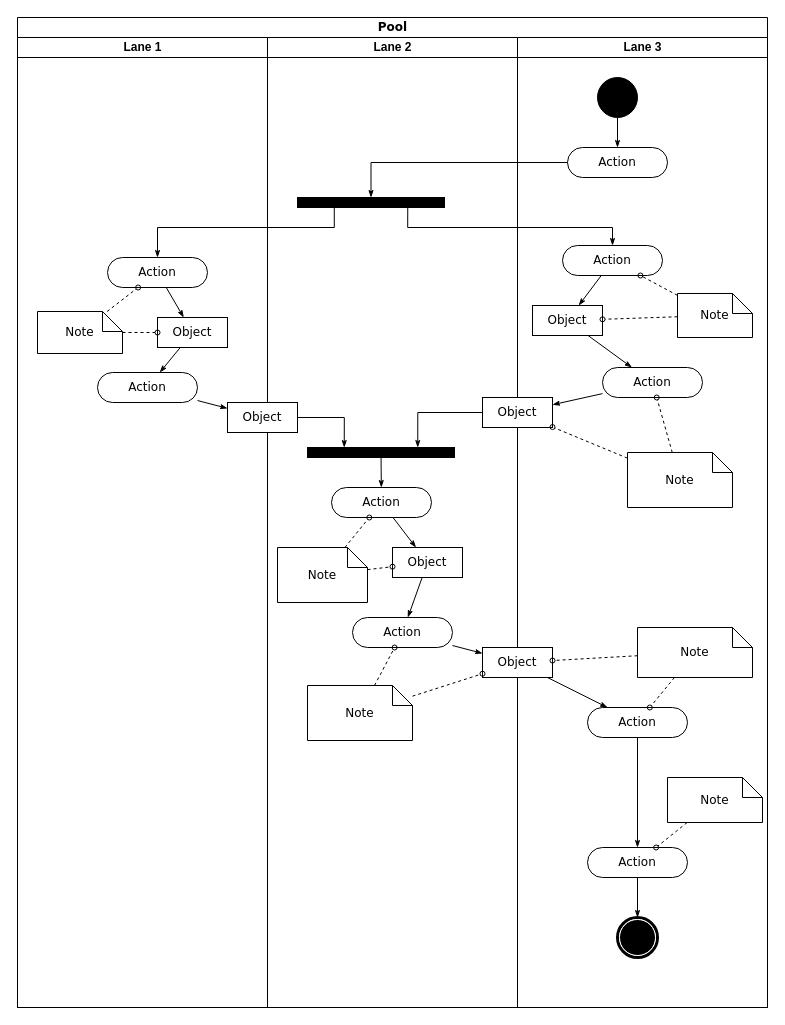
Above: ITIS4155_UML.drawio in kodeschreiber/ITIS4155 (draw.io), before the change. Source tidied: cells renumbered, new cells numbered last; positions are measured from the earlier drawing's top-left corner, leaving out a move shared by most shapes. Both pictures are drawn from the tidied source at 100%, with x=0, y=0 at pixel (17, 17).
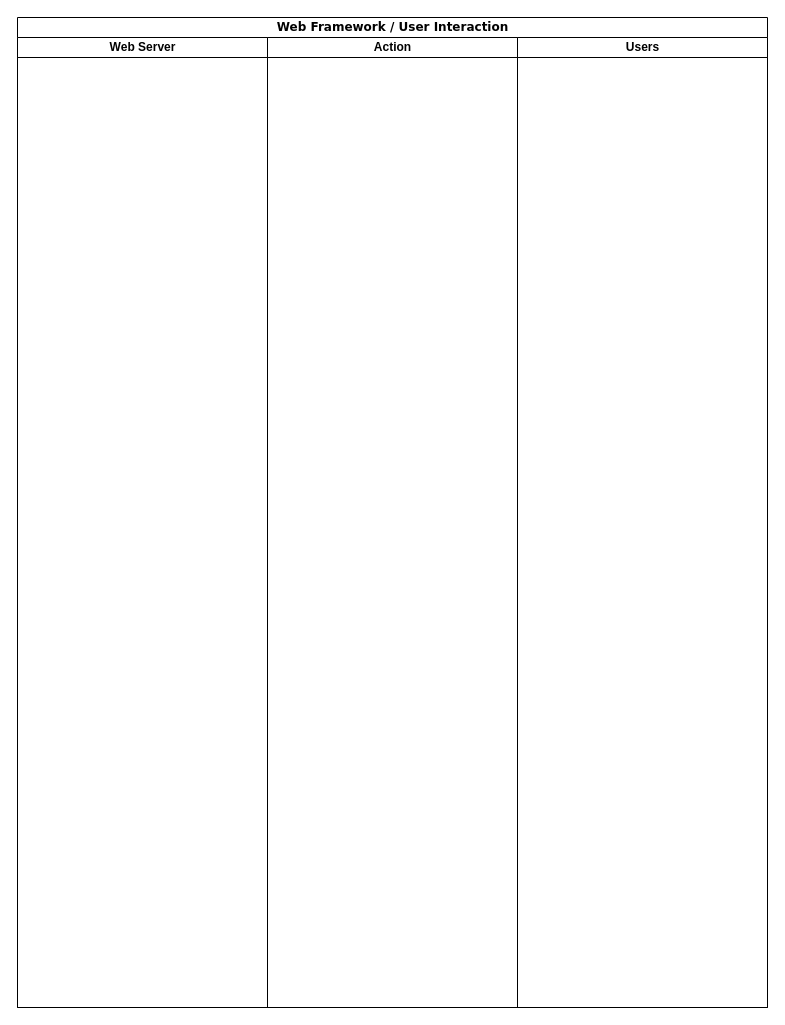
After the change.

Commit message:
Cleaned diagram of template info

Change to the diagram source:
```diff
@@
-    <mxCell id="2" value="Pool" style="swimlane;html=1;startSize=20;rounded=0;shadow=0;comic=0;labelBackgroundColor=none;strokeColor=#000000;strokeWidth=1;fillColor=#ffffff;fontFamily=Verdana;fontSize=12;fontColor=#000000;align=center;" parent="1" vertex="1">
+    <mxCell id="2" value="Web Framework / User Interaction" style="swimlane;html=1;startSize=20;rounded=0;shadow=0;comic=0;labelBackgroundColor=none;strokeColor=#000000;strokeWidth=1;fillColor=#ffffff;fontFamily=Verdana;fontSize=12;fontColor=#000000;align=center;" parent="1" vertex="1">
       <mxGeometry width="750" height="990" as="geometry" />
     </mxCell>
-    <mxCell id="3" value="Lane 1" style="swimlane;html=1;startSize=20;" parent="2" vertex="1">
+    <mxCell id="3" value="Web Server" style="swimlane;html=1;startSize=20;" parent="2" vertex="1">
       <mxGeometry y="20" width="250" height="970" as="geometry" />
     </mxCell>
-    <mxCell id="4" style="edgeStyle=none;rounded=0;html=1;labelBackgroundColor=none;startArrow=none;startFill=0;startSize=5;endArrow=classicThin;endFill=1;endSize=5;jettySize=auto;strokeColor=#000000;strokeWidth=1;fontFamily=Verdana;fontSize=12;fontColor=#000000;" parent="3" edge="1" source="5" target="8">
-      <mxGeometry relative="1" as="geometry" />
-    </mxCell>
-    <mxCell id="5" value="Action" style="rounded=1;whiteSpace=wrap;html=1;shadow=0;comic=0;labelBackgroundColor=none;strokeColor=#000000;strokeWidth=1;fillColor=#ffffff;fontFamily=Verdana;fontSize=12;fontColor=#000000;align=center;arcSize=50;" parent="3" vertex="1">
-      <mxGeometry x="90" y="220" width="100" height="30" as="geometry" />
-    </mxCell>
-    <mxCell id="6" value="Action" style="rounded=1;whiteSpace=wrap;html=1;shadow=0;comic=0;labelBackgroundColor=none;strokeColor=#000000;strokeWidth=1;fillColor=#ffffff;fontFamily=Verdana;fontSize=12;fontColor=#000000;align=center;arcSize=50;" parent="3" vertex="1">
-      <mxGeometry x="80" y="335" width="100" height="30" as="geometry" />
-    </mxCell>
-    <mxCell id="7" style="edgeStyle=none;rounded=0;html=1;labelBackgroundColor=none;startArrow=none;startFill=0;startSize=5;endArrow=classicThin;endFill=1;endSize=5;jettySize=auto;strokeColor=#000000;strokeWidth=1;fontFamily=Verdana;fontSize=12;fontColor=#000000;" parent="3" edge="1" source="8" target="6">
-      <mxGeometry relative="1" as="geometry" />
-    </mxCell>
-    <mxCell id="8" value="Object" style="rounded=0;whiteSpace=wrap;html=1;shadow=0;comic=0;labelBackgroundColor=none;strokeColor=#000000;strokeWidth=1;fillColor=#ffffff;fontFamily=Verdana;fontSize=12;fontColor=#000000;align=center;arcSize=50;" parent="3" vertex="1">
-      <mxGeometry x="140" y="280" width="70" height="30" as="geometry" />
-    </mxCell>
-    <mxCell id="9" style="edgeStyle=none;rounded=0;html=1;labelBackgroundColor=none;startArrow=none;startFill=0;startSize=5;endArrow=oval;endFill=0;endSize=5;jettySize=auto;strokeColor=#000000;strokeWidth=1;fontFamily=Verdana;fontSize=12;fontColor=#000000;dashed=1;" parent="3" edge="1" source="11" target="5">
-      <mxGeometry relative="1" as="geometry" />
-    </mxCell>
-    <mxCell id="10" style="edgeStyle=none;rounded=0;html=1;dashed=1;labelBackgroundColor=none;startArrow=none;startFill=0;startSize=5;endArrow=oval;endFill=0;endSize=5;jettySize=auto;strokeColor=#000000;strokeWidth=1;fontFamily=Verdana;fontSize=12;fontColor=#000000;" parent="3" edge="1" source="11" target="8">
-      <mxGeometry relative="1" as="geometry" />
-    </mxCell>
-    <mxCell id="11" value="Note" style="shape=note;whiteSpace=wrap;html=1;rounded=0;shadow=0;comic=0;labelBackgroundColor=none;strokeColor=#000000;strokeWidth=1;fillColor=#ffffff;fontFamily=Verdana;fontSize=12;fontColor=#000000;align=center;size=20;" parent="3" vertex="1">
-      <mxGeometry x="20" y="274" width="85" height="42" as="geometry" />
-    </mxCell>
-    <mxCell id="12" value="Lane 2" style="swimlane;html=1;startSize=20;" parent="2" vertex="1">
+    <mxCell id="12" value="Action" style="swimlane;html=1;startSize=20;" parent="2" vertex="1">
       <mxGeometry x="250" y="20" width="250" height="970" as="geometry" />
     </mxCell>
-    <mxCell id="13" style="whiteSpace=wrap;html=1;rounded=0;shadow=0;comic=0;labelBackgroundColor=none;strokeColor=#000000;strokeWidth=1;fillColor=#000000;fontFamily=Verdana;fontSize=12;fontColor=#000000;align=center;rotation=0;" parent="12" vertex="1">
-      <mxGeometry x="30" y="160" width="147" height="10" as="geometry" />
-    </mxCell>
-    <mxCell id="14" style="edgeStyle=none;rounded=0;html=1;labelBackgroundColor=none;startArrow=none;startFill=0;startSize=5;endArrow=classicThin;endFill=1;endSize=5;jettySize=auto;strokeColor=#000000;strokeWidth=1;fontFamily=Verdana;fontSize=12;fontColor=#000000;" parent="12" edge="1" source="15" target="21">
-      <mxGeometry relative="1" as="geometry" />
-    </mxCell>
-    <mxCell id="15" value="Action" style="rounded=1;whiteSpace=wrap;html=1;shadow=0;comic=0;labelBackgroundColor=none;strokeColor=#000000;strokeWidth=1;fillColor=#ffffff;fontFamily=Verdana;fontSize=12;fontColor=#000000;align=center;arcSize=50;" parent="12" vertex="1">
-      <mxGeometry x="64" y="450" width="100" height="30" as="geometry" />
-    </mxCell>
-    <mxCell id="16" style="edgeStyle=none;rounded=0;html=1;labelBackgroundColor=none;startArrow=none;startFill=0;startSize=5;endArrow=classicThin;endFill=1;endSize=5;jettySize=auto;strokeColor=#000000;strokeWidth=1;fontFamily=Verdana;fontSize=12;fontColor=#000000;" parent="12" edge="1" source="17" target="15">
-      <mxGeometry relative="1" as="geometry" />
-    </mxCell>
-    <mxCell id="17" style="whiteSpace=wrap;html=1;rounded=0;shadow=0;comic=0;labelBackgroundColor=none;strokeColor=#000000;strokeWidth=1;fillColor=#000000;fontFamily=Verdana;fontSize=12;fontColor=#000000;align=center;rotation=0;" parent="12" vertex="1">
-      <mxGeometry x="40" y="410" width="147" height="10" as="geometry" />
-    </mxCell>
-    <mxCell id="18" style="edgeStyle=orthogonalEdgeStyle;rounded=0;html=1;entryX=0.25;entryY=0;labelBackgroundColor=none;startArrow=none;startFill=0;startSize=5;endArrow=classicThin;endFill=1;endSize=5;jettySize=auto;strokeColor=#000000;strokeWidth=1;fontFamily=Verdana;fontSize=12;fontColor=#000000;" parent="12" edge="1" source="19" target="17">
-      <mxGeometry relative="1" as="geometry" />
-    </mxCell>
-    <mxCell id="19" value="Object" style="rounded=0;whiteSpace=wrap;html=1;shadow=0;comic=0;labelBackgroundColor=none;strokeColor=#000000;strokeWidth=1;fillColor=#ffffff;fontFamily=Verdana;fontSize=12;fontColor=#000000;align=center;arcSize=50;" parent="12" vertex="1">
-      <mxGeometry x="-40" y="365" width="70" height="30" as="geometry" />
-    </mxCell>
-    <mxCell id="20" style="edgeStyle=none;rounded=0;html=1;labelBackgroundColor=none;startArrow=none;startFill=0;startSize=5;endArrow=classicThin;endFill=1;endSize=5;jettySize=auto;strokeColor=#000000;strokeWidth=1;fontFamily=Verdana;fontSize=12;fontColor=#000000;" parent="12" edge="1" source="21" target="22">
-      <mxGeometry relative="1" as="geometry" />
-    </mxCell>
-    <mxCell id="21" value="Object" style="rounded=0;whiteSpace=wrap;html=1;shadow=0;comic=0;labelBackgroundColor=none;strokeColor=#000000;strokeWidth=1;fillColor=#ffffff;fontFamily=Verdana;fontSize=12;fontColor=#000000;align=center;arcSize=50;" parent="12" vertex="1">
-      <mxGeometry x="125" y="510" width="70" height="30" as="geometry" />
-    </mxCell>
-    <mxCell id="22" value="Action" style="rounded=1;whiteSpace=wrap;html=1;shadow=0;comic=0;labelBackgroundColor=none;strokeColor=#000000;strokeWidth=1;fillColor=#ffffff;fontFamily=Verdana;fontSize=12;fontColor=#000000;align=center;arcSize=50;" parent="12" vertex="1">
-      <mxGeometry x="85" y="580" width="100" height="30" as="geometry" />
-    </mxCell>
-    <mxCell id="23" style="edgeStyle=none;rounded=0;html=1;dashed=1;labelBackgroundColor=none;startArrow=none;startFill=0;startSize=5;endArrow=oval;endFill=0;endSize=5;jettySize=auto;strokeColor=#000000;strokeWidth=1;fontFamily=Verdana;fontSize=12;fontColor=#000000;" parent="12" edge="1" source="25" target="15">
-      <mxGeometry relative="1" as="geometry" />
-    </mxCell>
-    <mxCell id="24" style="edgeStyle=none;rounded=0;html=1;dashed=1;labelBackgroundColor=none;startArrow=none;startFill=0;startSize=5;endArrow=oval;endFill=0;endSize=5;jettySize=auto;strokeColor=#000000;strokeWidth=1;fontFamily=Verdana;fontSize=12;fontColor=#000000;" parent="12" edge="1" source="25" target="21">
-      <mxGeometry relative="1" as="geometry" />
-    </mxCell>
-    <mxCell id="25" value="Note" style="shape=note;whiteSpace=wrap;html=1;rounded=0;shadow=0;comic=0;labelBackgroundColor=none;strokeColor=#000000;strokeWidth=1;fillColor=#ffffff;fontFamily=Verdana;fontSize=12;fontColor=#000000;align=center;size=20;" parent="12" vertex="1">
-      <mxGeometry x="10" y="510" width="90" height="55" as="geometry" />
-    </mxCell>
-    <mxCell id="26" style="edgeStyle=none;rounded=0;html=1;dashed=1;labelBackgroundColor=none;startArrow=none;startFill=0;startSize=5;endArrow=oval;endFill=0;endSize=5;jettySize=auto;strokeColor=#000000;strokeWidth=1;fontFamily=Verdana;fontSize=12;fontColor=#000000;" parent="12" edge="1" source="27" target="22">
-      <mxGeometry relative="1" as="geometry" />
-    </mxCell>
-    <mxCell id="27" value="Note" style="shape=note;whiteSpace=wrap;html=1;rounded=0;shadow=0;comic=0;labelBackgroundColor=none;strokeColor=#000000;strokeWidth=1;fillColor=#ffffff;fontFamily=Verdana;fontSize=12;fontColor=#000000;align=center;size=20;" parent="12" vertex="1">
-      <mxGeometry x="40" y="648" width="105" height="55" as="geometry" />
-    </mxCell>
-    <mxCell id="28" value="Lane 3" style="swimlane;html=1;startSize=20;" parent="2" vertex="1">
+    <mxCell id="28" value="Users" style="swimlane;html=1;startSize=20;" parent="2" vertex="1">
       <mxGeometry x="500" y="20" width="250" height="970" as="geometry" />
     </mxCell>
-    <mxCell id="29" style="edgeStyle=orthogonalEdgeStyle;rounded=0;html=1;labelBackgroundColor=none;startArrow=none;startFill=0;startSize=5;endArrow=classicThin;endFill=1;endSize=5;jettySize=auto;strokeColor=#000000;strokeWidth=1;fontFamily=Verdana;fontSize=12;fontColor=#000000;" parent="28" edge="1" source="30" target="31">
-      <mxGeometry relative="1" as="geometry" />
-    </mxCell>
-    <mxCell id="30" style="ellipse;whiteSpace=wrap;html=1;rounded=0;shadow=0;comic=0;labelBackgroundColor=none;strokeColor=#000000;strokeWidth=1;fillColor=#000000;fontFamily=Verdana;fontSize=12;fontColor=#000000;align=center;" parent="28" vertex="1">
-      <mxGeometry x="80" y="40" width="40" height="40" as="geometry" />
-    </mxCell>
-    <mxCell id="31" value="Action" style="rounded=1;whiteSpace=wrap;html=1;shadow=0;comic=0;labelBackgroundColor=none;strokeColor=#000000;strokeWidth=1;fillColor=#ffffff;fontFamily=Verdana;fontSize=12;fontColor=#000000;align=center;arcSize=50;" parent="28" vertex="1">
-      <mxGeometry x="50" y="110" width="100" height="30" as="geometry" />
-    </mxCell>
-    <mxCell id="32" style="rounded=0;html=1;labelBackgroundColor=none;startArrow=none;startFill=0;startSize=5;endArrow=classicThin;endFill=1;endSize=5;jettySize=auto;strokeColor=#000000;strokeWidth=1;fontFamily=Verdana;fontSize=12;fontColor=#000000;" parent="28" edge="1" source="33" target="37">
-      <mxGeometry relative="1" as="geometry" />
-    </mxCell>
-    <mxCell id="33" value="Action" style="rounded=1;whiteSpace=wrap;html=1;shadow=0;comic=0;labelBackgroundColor=none;strokeColor=#000000;strokeWidth=1;fillColor=#ffffff;fontFamily=Verdana;fontSize=12;fontColor=#000000;align=center;arcSize=50;" parent="28" vertex="1">
-      <mxGeometry x="45" y="208" width="100" height="30" as="geometry" />
-    </mxCell>
-    <mxCell id="34" style="edgeStyle=none;rounded=0;html=1;labelBackgroundColor=none;startArrow=none;startFill=0;startSize=5;endArrow=classicThin;endFill=1;endSize=5;jettySize=auto;strokeColor=#000000;strokeWidth=1;fontFamily=Verdana;fontSize=12;fontColor=#000000;" parent="28" edge="1" source="35" target="38">
-      <mxGeometry relative="1" as="geometry" />
-    </mxCell>
-    <mxCell id="35" value="Action" style="rounded=1;whiteSpace=wrap;html=1;shadow=0;comic=0;labelBackgroundColor=none;strokeColor=#000000;strokeWidth=1;fillColor=#ffffff;fontFamily=Verdana;fontSize=12;fontColor=#000000;align=center;arcSize=50;" parent="28" vertex="1">
-      <mxGeometry x="85" y="330" width="100" height="30" as="geometry" />
-    </mxCell>
-    <mxCell id="36" style="edgeStyle=none;rounded=0;html=1;labelBackgroundColor=none;startArrow=none;startFill=0;startSize=5;endArrow=classicThin;endFill=1;endSize=5;jettySize=auto;strokeColor=#000000;strokeWidth=1;fontFamily=Verdana;fontSize=12;fontColor=#000000;" parent="28" edge="1" source="37" target="35">
-      <mxGeometry relative="1" as="geometry" />
-    </mxCell>
-    <mxCell id="37" value="Object" style="rounded=0;whiteSpace=wrap;html=1;shadow=0;comic=0;labelBackgroundColor=none;strokeColor=#000000;strokeWidth=1;fillColor=#ffffff;fontFamily=Verdana;fontSize=12;fontColor=#000000;align=center;arcSize=50;" parent="28" vertex="1">
-      <mxGeometry x="15" y="268" width="70" height="30" as="geometry" />
-    </mxCell>
-    <mxCell id="38" value="Object" style="rounded=0;whiteSpace=wrap;html=1;shadow=0;comic=0;labelBackgroundColor=none;strokeColor=#000000;strokeWidth=1;fillColor=#ffffff;fontFamily=Verdana;fontSize=12;fontColor=#000000;align=center;arcSize=50;" parent="28" vertex="1">
-      <mxGeometry x="-35" y="360" width="70" height="30" as="geometry" />
-    </mxCell>
-    <mxCell id="39" style="edgeStyle=none;rounded=0;html=1;labelBackgroundColor=none;startArrow=none;startFill=0;startSize=5;endArrow=classicThin;endFill=1;endSize=5;jettySize=auto;strokeColor=#000000;strokeWidth=1;fontFamily=Verdana;fontSize=12;fontColor=#000000;" parent="28" edge="1" source="40" target="42">
-      <mxGeometry relative="1" as="geometry" />
-    </mxCell>
-    <mxCell id="40" value="Object" style="rounded=0;whiteSpace=wrap;html=1;shadow=0;comic=0;labelBackgroundColor=none;strokeColor=#000000;strokeWidth=1;fillColor=#ffffff;fontFamily=Verdana;fontSize=12;fontColor=#000000;align=center;arcSize=50;" parent="28" vertex="1">
-      <mxGeometry x="-35" y="610" width="70" height="30" as="geometry" />
-    </mxCell>
-    <mxCell id="41" style="edgeStyle=none;rounded=0;html=1;labelBackgroundColor=none;startArrow=none;startFill=0;startSize=5;endArrow=classicThin;endFill=1;endSize=5;jettySize=auto;strokeColor=#000000;strokeWidth=1;fontFamily=Verdana;fontSize=12;fontColor=#000000;" parent="28" edge="1" source="42" target="44">
-      <mxGeometry relative="1" as="geometry" />
-    </mxCell>
-    <mxCell id="42" value="Action" style="rounded=1;whiteSpace=wrap;html=1;shadow=0;comic=0;labelBackgroundColor=none;strokeColor=#000000;strokeWidth=1;fillColor=#ffffff;fontFamily=Verdana;fontSize=12;fontColor=#000000;align=center;arcSize=50;" parent="28" vertex="1">
-      <mxGeometry x="70" y="670" width="100" height="30" as="geometry" />
-    </mxCell>
-    <mxCell id="43" style="edgeStyle=none;rounded=0;html=1;labelBackgroundColor=none;startArrow=none;startFill=0;startSize=5;endArrow=classicThin;endFill=1;endSize=5;jettySize=auto;strokeColor=#000000;strokeWidth=1;fontFamily=Verdana;fontSize=12;fontColor=#000000;" parent="28" edge="1" source="44" target="45">
-      <mxGeometry relative="1" as="geometry" />
-    </mxCell>
-    <mxCell id="44" value="Action" style="rounded=1;whiteSpace=wrap;html=1;shadow=0;comic=0;labelBackgroundColor=none;strokeColor=#000000;strokeWidth=1;fillColor=#ffffff;fontFamily=Verdana;fontSize=12;fontColor=#000000;align=center;arcSize=50;" parent="28" vertex="1">
-      <mxGeometry x="70" y="810" width="100" height="30" as="geometry" />
-    </mxCell>
-    <mxCell id="45" style="shape=mxgraph.bpmn.shape;html=1;verticalLabelPosition=bottom;labelBackgroundColor=#ffffff;verticalAlign=top;perimeter=ellipsePerimeter;outline=end;symbol=terminate;rounded=0;shadow=0;comic=0;strokeColor=#000000;strokeWidth=1;fillColor=#ffffff;fontFamily=Verdana;fontSize=12;fontColor=#000000;align=center;" parent="28" vertex="1">
-      <mxGeometry x="100" y="880" width="40" height="40" as="geometry" />
-    </mxCell>
-    <mxCell id="46" style="edgeStyle=none;rounded=0;html=1;dashed=1;labelBackgroundColor=none;startArrow=none;startFill=0;startSize=5;endArrow=oval;endFill=0;endSize=5;jettySize=auto;strokeColor=#000000;strokeWidth=1;fontFamily=Verdana;fontSize=12;fontColor=#000000;" parent="28" edge="1" source="48" target="33">
-      <mxGeometry relative="1" as="geometry" />
-    </mxCell>
-    <mxCell id="47" style="edgeStyle=none;rounded=0;html=1;dashed=1;labelBackgroundColor=none;startArrow=none;startFill=0;startSize=5;endArrow=oval;endFill=0;endSize=5;jettySize=auto;strokeColor=#000000;strokeWidth=1;fontFamily=Verdana;fontSize=12;fontColor=#000000;" parent="28" edge="1" source="48" target="37">
-      <mxGeometry relative="1" as="geometry" />
-    </mxCell>
-    <mxCell id="48" value="Note" style="shape=note;whiteSpace=wrap;html=1;rounded=0;shadow=0;comic=0;labelBackgroundColor=none;strokeColor=#000000;strokeWidth=1;fillColor=#ffffff;fontFamily=Verdana;fontSize=12;fontColor=#000000;align=center;size=20;" parent="28" vertex="1">
-      <mxGeometry x="160" y="256" width="75" height="44" as="geometry" />
-    </mxCell>
-    <mxCell id="49" style="edgeStyle=none;rounded=0;html=1;dashed=1;labelBackgroundColor=none;startArrow=none;startFill=0;startSize=5;endArrow=oval;endFill=0;endSize=5;jettySize=auto;strokeColor=#000000;strokeWidth=1;fontFamily=Verdana;fontSize=12;fontColor=#000000;" parent="28" edge="1" source="51" target="35">
-      <mxGeometry relative="1" as="geometry" />
-    </mxCell>
-    <mxCell id="50" style="edgeStyle=none;rounded=0;html=1;dashed=1;labelBackgroundColor=none;startArrow=none;startFill=0;startSize=5;endArrow=oval;endFill=0;endSize=5;jettySize=auto;strokeColor=#000000;strokeWidth=1;fontFamily=Verdana;fontSize=12;fontColor=#000000;" parent="28" edge="1" source="51" target="38">
-      <mxGeometry relative="1" as="geometry" />
-    </mxCell>
-    <mxCell id="51" value="Note" style="shape=note;whiteSpace=wrap;html=1;rounded=0;shadow=0;comic=0;labelBackgroundColor=none;strokeColor=#000000;strokeWidth=1;fillColor=#ffffff;fontFamily=Verdana;fontSize=12;fontColor=#000000;align=center;size=20;" parent="28" vertex="1">
-      <mxGeometry x="110" y="415" width="105" height="55" as="geometry" />
-    </mxCell>
-    <mxCell id="52" style="edgeStyle=none;rounded=0;html=1;dashed=1;labelBackgroundColor=none;startArrow=none;startFill=0;startSize=5;endArrow=oval;endFill=0;endSize=5;jettySize=auto;strokeColor=#000000;strokeWidth=1;fontFamily=Verdana;fontSize=12;fontColor=#000000;" parent="28" edge="1" source="54" target="42">
-      <mxGeometry relative="1" as="geometry" />
-    </mxCell>
-    <mxCell id="53" style="edgeStyle=none;rounded=0;html=1;dashed=1;labelBackgroundColor=none;startArrow=none;startFill=0;startSize=5;endArrow=oval;endFill=0;endSize=5;jettySize=auto;strokeColor=#000000;strokeWidth=1;fontFamily=Verdana;fontSize=12;fontColor=#000000;" parent="28" edge="1" source="54" target="40">
-      <mxGeometry relative="1" as="geometry" />
-    </mxCell>
-    <mxCell id="54" value="Note" style="shape=note;whiteSpace=wrap;html=1;rounded=0;shadow=0;comic=0;labelBackgroundColor=none;strokeColor=#000000;strokeWidth=1;fillColor=#ffffff;fontFamily=Verdana;fontSize=12;fontColor=#000000;align=center;size=20;" parent="28" vertex="1">
-      <mxGeometry x="120" y="590" width="115" height="50" as="geometry" />
-    </mxCell>
-    <mxCell id="55" style="edgeStyle=none;rounded=0;html=1;dashed=1;labelBackgroundColor=none;startArrow=none;startFill=0;startSize=5;endArrow=oval;endFill=0;endSize=5;jettySize=auto;strokeColor=#000000;strokeWidth=1;fontFamily=Verdana;fontSize=12;fontColor=#000000;" parent="28" edge="1" source="56" target="44">
-      <mxGeometry relative="1" as="geometry" />
-    </mxCell>
-    <mxCell id="56" value="Note" style="shape=note;whiteSpace=wrap;html=1;rounded=0;shadow=0;comic=0;labelBackgroundColor=none;strokeColor=#000000;strokeWidth=1;fillColor=#ffffff;fontFamily=Verdana;fontSize=12;fontColor=#000000;align=center;size=20;" parent="28" vertex="1">
-      <mxGeometry x="150" y="740" width="95" height="45" as="geometry" />
-    </mxCell>
-    <mxCell id="57" style="edgeStyle=orthogonalEdgeStyle;rounded=0;html=1;entryX=0.5;entryY=0;labelBackgroundColor=none;startArrow=none;startFill=0;startSize=5;endArrow=classicThin;endFill=1;endSize=5;jettySize=auto;strokeColor=#000000;strokeWidth=1;fontFamily=Verdana;fontSize=12;fontColor=#000000;" parent="2" edge="1" source="31" target="13">
-      <mxGeometry relative="1" as="geometry">
-        <Array as="points">
-          <mxPoint x="354" y="145" />
-        </Array>
-      </mxGeometry>
-    </mxCell>
-    <mxCell id="58" style="edgeStyle=orthogonalEdgeStyle;rounded=0;html=1;exitX=0.75;exitY=1;labelBackgroundColor=none;startArrow=none;startFill=0;startSize=5;endArrow=classicThin;endFill=1;endSize=5;jettySize=auto;strokeColor=#000000;strokeWidth=1;fontFamily=Verdana;fontSize=12;fontColor=#000000;" parent="2" edge="1" source="13" target="33">
-      <mxGeometry relative="1" as="geometry">
-        <Array as="points">
-          <mxPoint x="390" y="210" />
-          <mxPoint x="595" y="210" />
-        </Array>
-      </mxGeometry>
-    </mxCell>
-    <mxCell id="59" style="edgeStyle=orthogonalEdgeStyle;rounded=0;html=1;exitX=0.25;exitY=1;entryX=0.5;entryY=0;labelBackgroundColor=none;startArrow=none;startFill=0;startSize=5;endArrow=classicThin;endFill=1;endSize=5;jettySize=auto;strokeColor=#000000;strokeWidth=1;fontFamily=Verdana;fontSize=12;fontColor=#000000;" parent="2" edge="1" source="13" target="5">
-      <mxGeometry relative="1" as="geometry">
-        <Array as="points">
-          <mxPoint x="317" y="210" />
-          <mxPoint x="140" y="210" />
-        </Array>
-      </mxGeometry>
-    </mxCell>
-    <mxCell id="60" style="edgeStyle=orthogonalEdgeStyle;rounded=0;html=1;entryX=0.75;entryY=0;labelBackgroundColor=none;startArrow=none;startFill=0;startSize=5;endArrow=classicThin;endFill=1;endSize=5;jettySize=auto;strokeColor=#000000;strokeWidth=1;fontFamily=Verdana;fontSize=12;fontColor=#000000;" parent="2" edge="1" source="38" target="17">
-      <mxGeometry relative="1" as="geometry" />
-    </mxCell>
-    <mxCell id="61" style="edgeStyle=none;rounded=0;html=1;labelBackgroundColor=none;startArrow=none;startFill=0;startSize=5;endArrow=classicThin;endFill=1;endSize=5;jettySize=auto;strokeColor=#000000;strokeWidth=1;fontFamily=Verdana;fontSize=12;fontColor=#000000;" parent="2" edge="1" source="6" target="19">
-      <mxGeometry relative="1" as="geometry" />
-    </mxCell>
-    <mxCell id="62" style="edgeStyle=none;rounded=0;html=1;labelBackgroundColor=none;startArrow=none;startFill=0;startSize=5;endArrow=classicThin;endFill=1;endSize=5;jettySize=auto;strokeColor=#000000;strokeWidth=1;fontFamily=Verdana;fontSize=12;fontColor=#000000;" parent="2" edge="1" source="22" target="40">
-      <mxGeometry relative="1" as="geometry" />
-    </mxCell>
-    <mxCell id="63" style="edgeStyle=none;rounded=0;html=1;dashed=1;labelBackgroundColor=none;startArrow=none;startFill=0;startSize=5;endArrow=oval;endFill=0;endSize=5;jettySize=auto;strokeColor=#000000;strokeWidth=1;fontFamily=Verdana;fontSize=12;fontColor=#000000;" parent="2" edge="1" source="27" target="40">
-      <mxGeometry relative="1" as="geometry" />
-    </mxCell>
```
